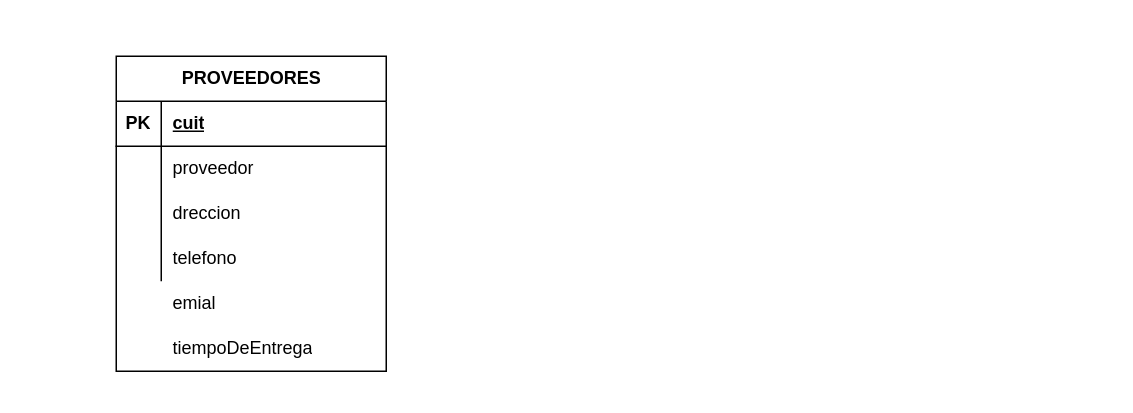
The draw.io diagram diagramaCrowFoot.drawio in ISPC-PROYECTOS/controlStockGranel, before the edit. Source tidied: cells renumbered, new cells numbered last; positions are measured from the earlier drawing's top-left corner, leaving out a move shared by most shapes. Both pictures are drawn from the tidied source at 150%, with x=0, y=0 at pixel (116, 56).
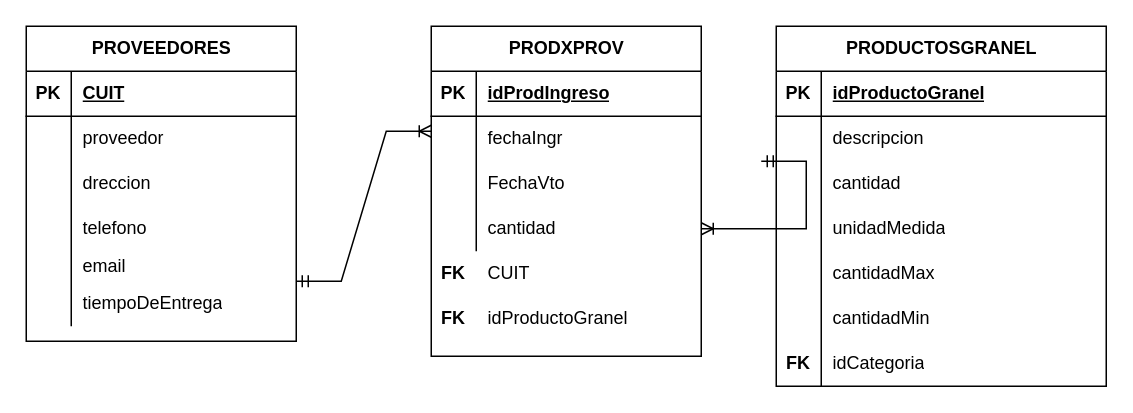
The same page after the edit.

The change refers to these unchanged cells:
```xml
<mxCell id="3" style="shape=tableRow;horizontal=0;startSize=0;swimlaneHead=0;swimlaneBody=0;fillColor=none;top=0;left=0;right=0;bottom=1;" parent="2" vertex="1">
  <mxGeometry y="30" width="180" height="30" as="geometry" />
</mxCell>
```

What changed in the source:
```diff
@@
     <mxCell id="2" value="PROVEEDORES" style="shape=table;startSize=30;childLayout=tableLayout;rowLines=0;fontStyle=1;align=center;html=1;" parent="1" vertex="1">
-      <mxGeometry width="180" height="210" as="geometry" />
+      <mxGeometry x="-60" y="-20" width="180" height="210" as="geometry" />
     </mxCell>
@@
-    <mxCell id="5" value="cuit" style="shape=partialRectangle;fillColor=none;top=0;left=0;bottom=0;right=0;align=left;spacingLeft=6;fontStyle=5;overflow=hidden;whiteSpace=wrap;html=1;" parent="3" vertex="1">
+    <mxCell id="5" value="CUIT" style="shape=partialRectangle;fillColor=none;top=0;left=0;bottom=0;right=0;align=left;spacingLeft=6;fontStyle=5;overflow=hidden;whiteSpace=wrap;html=1;" parent="3" vertex="1">
       <mxGeometry x="30" width="150" height="30" as="geometry" />
     </mxCell>
@@
     <mxCell id="12" style="shape=tableRow;horizontal=0;startSize=0;swimlaneHead=0;swimlaneBody=0;fillColor=none;top=0;left=0;right=0;bottom=0;" parent="2" vertex="1">
-      <mxGeometry y="120" width="180" height="30" as="geometry" />
+      <mxGeometry y="120" width="180" height="80" as="geometry" />
     </mxCell>
     <mxCell id="13" style="shape=partialRectangle;fillColor=none;top=0;left=0;bottom=0;right=0;overflow=hidden;whiteSpace=wrap;html=1;" parent="12" vertex="1">
-      <mxGeometry width="30" height="30" as="geometry" />
+      <mxGeometry width="30" height="80" as="geometry" />
     </mxCell>
-    <mxCell id="14" value="telefono" style="shape=partialRectangle;fillColor=none;top=0;left=0;bottom=0;right=0;align=left;spacingLeft=6;overflow=hidden;whiteSpace=wrap;html=1;" parent="12" vertex="1">
-      <mxGeometry x="30" width="150" height="30" as="geometry" />
+    <mxCell id="14" value="email" style="shape=partialRectangle;fillColor=none;top=0;left=0;bottom=0;right=0;align=left;spacingLeft=6;overflow=hidden;whiteSpace=wrap;html=1;" parent="12" vertex="1">
+      <mxGeometry x="30" width="150" height="80" as="geometry" />
     </mxCell>
-    <mxCell id="15" value="emial" style="shape=partialRectangle;fillColor=none;top=0;left=0;bottom=0;right=0;align=left;spacingLeft=6;overflow=hidden;whiteSpace=wrap;html=1;" parent="1" vertex="1">
-      <mxGeometry x="30" y="150" width="150" height="30" as="geometry" />
+    <mxCell id="15" value="telefono" style="shape=partialRectangle;fillColor=none;top=0;left=0;bottom=0;right=0;align=left;spacingLeft=6;overflow=hidden;whiteSpace=wrap;html=1;" parent="1" vertex="1">
+      <mxGeometry x="-30" y="100" width="150" height="30" as="geometry" />
     </mxCell>
     <mxCell id="16" value="tiempoDeEntrega" style="shape=partialRectangle;fillColor=none;top=0;left=0;bottom=0;right=0;align=left;spacingLeft=6;overflow=hidden;whiteSpace=wrap;html=1;" parent="1" vertex="1">
-      <mxGeometry x="30" y="180" width="150" height="30" as="geometry" />
+      <mxGeometry x="-30" y="150" width="150" height="30" as="geometry" />
     </mxCell>
+    <mxCell id="17" value="PRODXPROV" style="shape=table;startSize=30;childLayout=tableLayout;rowLines=0;fontStyle=1;align=center;html=1;" parent="1" vertex="1">
+      <mxGeometry x="210" y="-20" width="180" height="220" as="geometry" />
+    </mxCell>
+    <mxCell id="18" style="shape=tableRow;horizontal=0;startSize=0;swimlaneHead=0;swimlaneBody=0;fillColor=none;top=0;left=0;right=0;bottom=1;" parent="17" vertex="1">
+      <mxGeometry y="30" width="180" height="30" as="geometry" />
+    </mxCell>
+    <mxCell id="19" value="PK" style="shape=partialRectangle;fillColor=none;top=0;left=0;bottom=0;right=0;fontStyle=1;overflow=hidden;whiteSpace=wrap;html=1;" parent="18" vertex="1">
+      <mxGeometry width="30" height="30" as="geometry" />
+    </mxCell>
+    <mxCell id="20" value="idProdIngreso" style="shape=partialRectangle;fillColor=none;top=0;left=0;bottom=0;right=0;align=left;spacingLeft=6;fontStyle=5;overflow=hidden;whiteSpace=wrap;html=1;" parent="18" vertex="1">
+      <mxGeometry x="30" width="150" height="30" as="geometry" />
+    </mxCell>
+    <mxCell id="21" style="shape=tableRow;horizontal=0;startSize=0;swimlaneHead=0;swimlaneBody=0;fillColor=none;top=0;left=0;right=0;bottom=0;" parent="17" vertex="1">
+      <mxGeometry y="60" width="180" height="30" as="geometry" />
+    </mxCell>
+    <mxCell id="22" style="shape=partialRectangle;fillColor=none;top=0;left=0;bottom=0;right=0;overflow=hidden;whiteSpace=wrap;html=1;" parent="21" vertex="1">
+      <mxGeometry width="30" height="30" as="geometry" />
+    </mxCell>
+    <mxCell id="23" value="fechaIngr" style="shape=partialRectangle;fillColor=none;top=0;left=0;bottom=0;right=0;align=left;spacingLeft=6;overflow=hidden;whiteSpace=wrap;html=1;" parent="21" vertex="1">
+      <mxGeometry x="30" width="150" height="30" as="geometry" />
+    </mxCell>
+    <mxCell id="24" style="shape=tableRow;horizontal=0;startSize=0;swimlaneHead=0;swimlaneBody=0;fillColor=none;top=0;left=0;right=0;bottom=0;" parent="17" vertex="1">
+      <mxGeometry y="90" width="180" height="30" as="geometry" />
+    </mxCell>
+    <mxCell id="25" style="shape=partialRectangle;fillColor=none;top=0;left=0;bottom=0;right=0;overflow=hidden;whiteSpace=wrap;html=1;" parent="24" vertex="1">
+      <mxGeometry width="30" height="30" as="geometry" />
+    </mxCell>
+    <mxCell id="26" value="FechaVto" style="shape=partialRectangle;fillColor=none;top=0;left=0;bottom=0;right=0;align=left;spacingLeft=6;overflow=hidden;whiteSpace=wrap;html=1;" parent="24" vertex="1">
+      <mxGeometry x="30" width="150" height="30" as="geometry" />
+    </mxCell>
+    <mxCell id="27" style="shape=tableRow;horizontal=0;startSize=0;swimlaneHead=0;swimlaneBody=0;fillColor=none;points=[[0,0.5],[1,0.5]];portConstraint=eastwest;top=0;left=0;right=0;bottom=0;" parent="17" vertex="1">
+      <mxGeometry y="120" width="180" height="30" as="geometry" />
+    </mxCell>
+    <mxCell id="28" style="shape=partialRectangle;fillColor=none;top=0;left=0;bottom=0;right=0;overflow=hidden;whiteSpace=wrap;html=1;" parent="27" vertex="1">
+      <mxGeometry width="30" height="30" as="geometry" />
+    </mxCell>
+    <mxCell id="29" value="cantidad" style="shape=partialRectangle;fillColor=none;top=0;left=0;bottom=0;right=0;align=left;spacingLeft=6;overflow=hidden;whiteSpace=wrap;html=1;" parent="27" vertex="1">
+      <mxGeometry x="30" width="150" height="30" as="geometry" />
+    </mxCell>
+    <mxCell id="30" value="PRODUCTOSGRANEL" style="shape=table;startSize=30;childLayout=tableLayout;rowLines=0;fontStyle=1;align=center;html=1;" parent="1" vertex="1">
+      <mxGeometry x="440" y="-20" width="220" height="240" as="geometry" />
+    </mxCell>
+    <mxCell id="31" style="shape=tableRow;horizontal=0;startSize=0;swimlaneHead=0;swimlaneBody=0;fillColor=none;top=0;left=0;right=0;bottom=1;" parent="30" vertex="1">
+      <mxGeometry y="30" width="220" height="30" as="geometry" />
+    </mxCell>
+    <mxCell id="32" value="PK" style="shape=partialRectangle;fillColor=none;top=0;left=0;bottom=0;right=0;fontStyle=1;overflow=hidden;whiteSpace=wrap;html=1;" parent="31" vertex="1">
+      <mxGeometry width="30" height="30" as="geometry" />
+    </mxCell>
+    <mxCell id="33" value="idProductoGranel" style="shape=partialRectangle;fillColor=none;top=0;left=0;bottom=0;right=0;align=left;spacingLeft=6;fontStyle=5;overflow=hidden;whiteSpace=wrap;html=1;" parent="31" vertex="1">
+      <mxGeometry x="30" width="190" height="30" as="geometry" />
+    </mxCell>
+    <mxCell id="34" style="shape=tableRow;horizontal=0;startSize=0;swimlaneHead=0;swimlaneBody=0;fillColor=none;top=0;left=0;right=0;bottom=0;" parent="30" vertex="1">
+      <mxGeometry y="60" width="220" height="30" as="geometry" />
+    </mxCell>
+    <mxCell id="35" style="shape=partialRectangle;fillColor=none;top=0;left=0;bottom=0;right=0;overflow=hidden;whiteSpace=wrap;html=1;" parent="34" vertex="1">
+      <mxGeometry width="30" height="30" as="geometry" />
+    </mxCell>
+    <mxCell id="36" value="descripcion" style="shape=partialRectangle;fillColor=none;top=0;left=0;bottom=0;right=0;align=left;spacingLeft=6;overflow=hidden;whiteSpace=wrap;html=1;" parent="34" vertex="1">
+      <mxGeometry x="30" width="190" height="30" as="geometry" />
+    </mxCell>
+    <mxCell id="37" style="shape=tableRow;horizontal=0;startSize=0;swimlaneHead=0;swimlaneBody=0;fillColor=none;top=0;left=0;right=0;bottom=0;" parent="30" vertex="1">
+      <mxGeometry y="90" width="220" height="30" as="geometry" />
+    </mxCell>
+    <mxCell id="38" style="shape=partialRectangle;fillColor=none;top=0;left=0;bottom=0;right=0;overflow=hidden;whiteSpace=wrap;html=1;" parent="37" vertex="1">
+      <mxGeometry width="30" height="30" as="geometry" />
+    </mxCell>
+    <mxCell id="39" value="cantidad" style="shape=partialRectangle;fillColor=none;top=0;left=0;bottom=0;right=0;align=left;spacingLeft=6;overflow=hidden;whiteSpace=wrap;html=1;" parent="37" vertex="1">
+      <mxGeometry x="30" width="190" height="30" as="geometry" />
+    </mxCell>
+    <mxCell id="40" style="shape=tableRow;horizontal=0;startSize=0;swimlaneHead=0;swimlaneBody=0;fillColor=none;top=0;left=0;right=0;bottom=0;" parent="30" vertex="1">
+      <mxGeometry y="120" width="220" height="120" as="geometry" />
+    </mxCell>
+    <mxCell id="41" style="shape=partialRectangle;fillColor=none;top=0;left=0;bottom=0;right=0;overflow=hidden;whiteSpace=wrap;html=1;" parent="40" vertex="1">
+      <mxGeometry width="30" height="120" as="geometry" />
+    </mxCell>
+    <mxCell id="42" style="shape=partialRectangle;fillColor=none;top=0;left=0;bottom=0;right=0;align=left;spacingLeft=6;overflow=hidden;whiteSpace=wrap;html=1;" parent="40" vertex="1">
+      <mxGeometry x="30" width="190" height="120" as="geometry" />
+    </mxCell>
+    <mxCell id="43" value="CUIT" style="shape=partialRectangle;fillColor=none;top=0;left=0;bottom=0;right=0;align=left;spacingLeft=6;overflow=hidden;whiteSpace=wrap;html=1;" parent="1" vertex="1">
+      <mxGeometry x="240" y="130" width="150" height="30" as="geometry" />
+    </mxCell>
+    <mxCell id="44" value="idProductoGranel" style="shape=partialRectangle;fillColor=none;top=0;left=0;bottom=0;right=0;align=left;spacingLeft=6;overflow=hidden;whiteSpace=wrap;html=1;" parent="1" vertex="1">
+      <mxGeometry x="240" y="160" width="150" height="30" as="geometry" />
+    </mxCell>
+    <mxCell id="45" value="FK" style="shape=partialRectangle;fillColor=none;top=0;left=0;bottom=0;right=0;fontStyle=1;overflow=hidden;whiteSpace=wrap;html=1;" parent="1" vertex="1">
+      <mxGeometry x="210" y="160" width="30" height="30" as="geometry" />
+    </mxCell>
+    <mxCell id="46" value="FK" style="shape=partialRectangle;fillColor=none;top=0;left=0;bottom=0;right=0;fontStyle=1;overflow=hidden;whiteSpace=wrap;html=1;" parent="1" vertex="1">
+      <mxGeometry x="210" y="130" width="30" height="30" as="geometry" />
+    </mxCell>
+    <mxCell id="47" value="unidadMedida" style="shape=partialRectangle;fillColor=none;top=0;left=0;bottom=0;right=0;align=left;spacingLeft=6;overflow=hidden;whiteSpace=wrap;html=1;" parent="1" vertex="1">
+      <mxGeometry x="470" y="100" width="190" height="30" as="geometry" />
+    </mxCell>
+    <mxCell id="48" value="cantidadMin" style="shape=partialRectangle;fillColor=none;top=0;left=0;bottom=0;right=0;align=left;spacingLeft=6;overflow=hidden;whiteSpace=wrap;html=1;" parent="1" vertex="1">
+      <mxGeometry x="470" y="160" width="190" height="30" as="geometry" />
+    </mxCell>
+    <mxCell id="49" value="idCategoria" style="shape=partialRectangle;fillColor=none;top=0;left=0;bottom=0;right=0;align=left;spacingLeft=6;overflow=hidden;whiteSpace=wrap;html=1;" parent="1" vertex="1">
+      <mxGeometry x="470" y="190" width="190" height="30" as="geometry" />
+    </mxCell>
+    <mxCell id="50" value="cantidadMax" style="shape=partialRectangle;fillColor=none;top=0;left=0;bottom=0;right=0;align=left;spacingLeft=6;overflow=hidden;whiteSpace=wrap;html=1;" parent="1" vertex="1">
+      <mxGeometry x="470" y="130" width="190" height="30" as="geometry" />
+    </mxCell>
+    <mxCell id="51" value="FK" style="shape=partialRectangle;fillColor=none;top=0;left=0;bottom=0;right=0;fontStyle=1;overflow=hidden;whiteSpace=wrap;html=1;" parent="1" vertex="1">
+      <mxGeometry x="440" y="190" width="30" height="30" as="geometry" />
+    </mxCell>
+    <mxCell id="52" style="edgeStyle=entityRelationEdgeStyle;fontSize=12;html=1;endArrow=ERoneToMany;startArrow=ERmandOne;rounded=0;" parent="1" edge="1">
+      <mxGeometry relative="1" as="geometry">
+        <mxPoint x="120" y="150" as="sourcePoint" />
+        <mxPoint x="210" y="50" as="targetPoint" />
+      </mxGeometry>
+    </mxCell>
+    <mxCell id="53" style="edgeStyle=entityRelationEdgeStyle;fontSize=12;html=1;endArrow=ERoneToMany;startArrow=ERmandOne;rounded=0;entryX=1;entryY=0.5;entryDx=0;entryDy=0;" parent="1" edge="1" target="27">
+      <mxGeometry relative="1" as="geometry">
+        <mxPoint x="430" y="70" as="sourcePoint" />
+        <Array as="points">
+          <mxPoint x="620" y="290" />
+        </Array>
+      </mxGeometry>
+    </mxCell>
```
